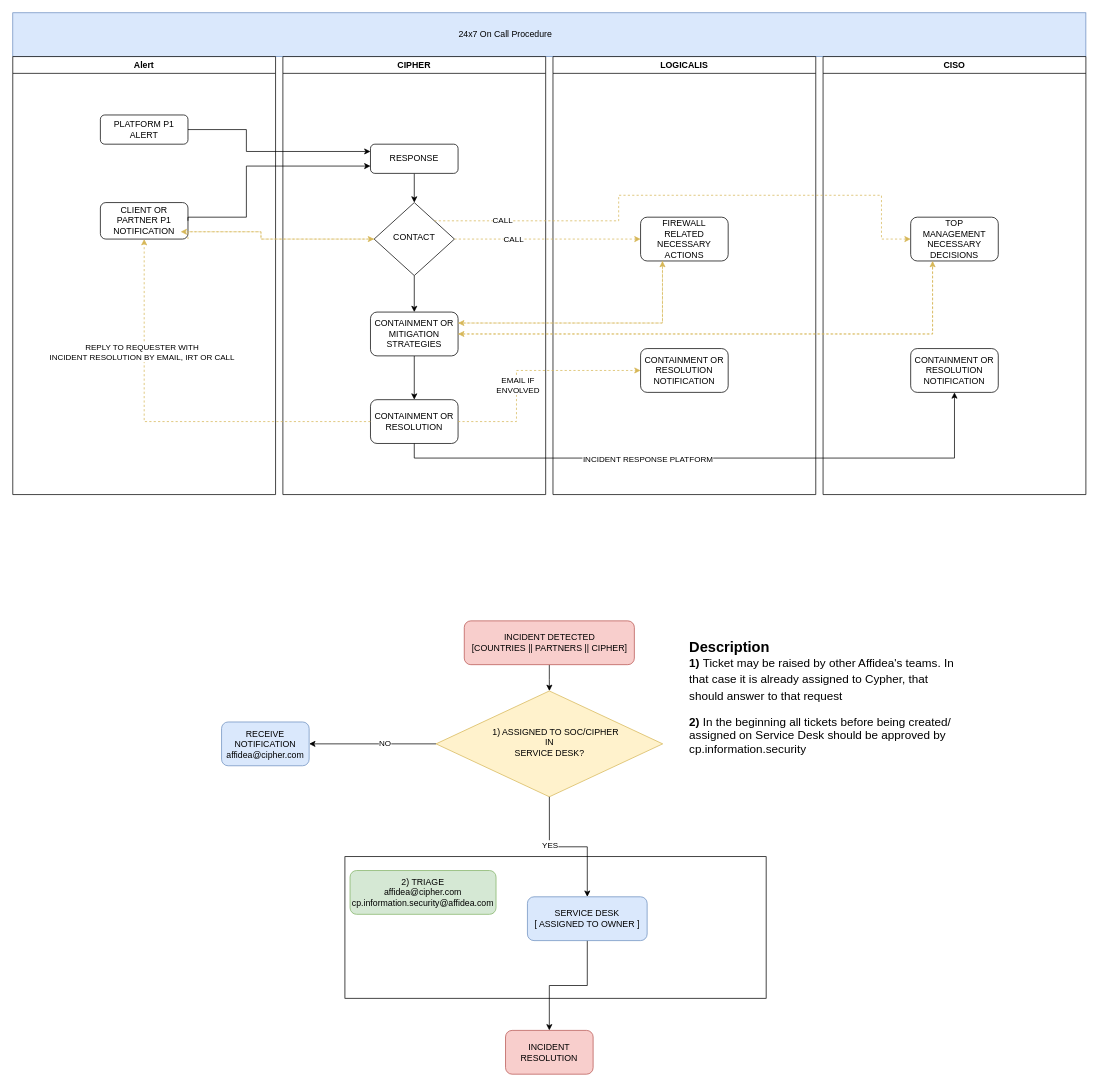
Before: Diagrama sem nome.drawio in SousinhaT/SousinhaT, a draw.io diagram. Source tidied: cells renumbered, new cells numbered last; positions are measured from the earlier drawing's top-left corner, leaving out a move shared by most shapes. Both pictures are drawn from the tidied source at 73%, with x=0, y=0 at pixel (12, 12).
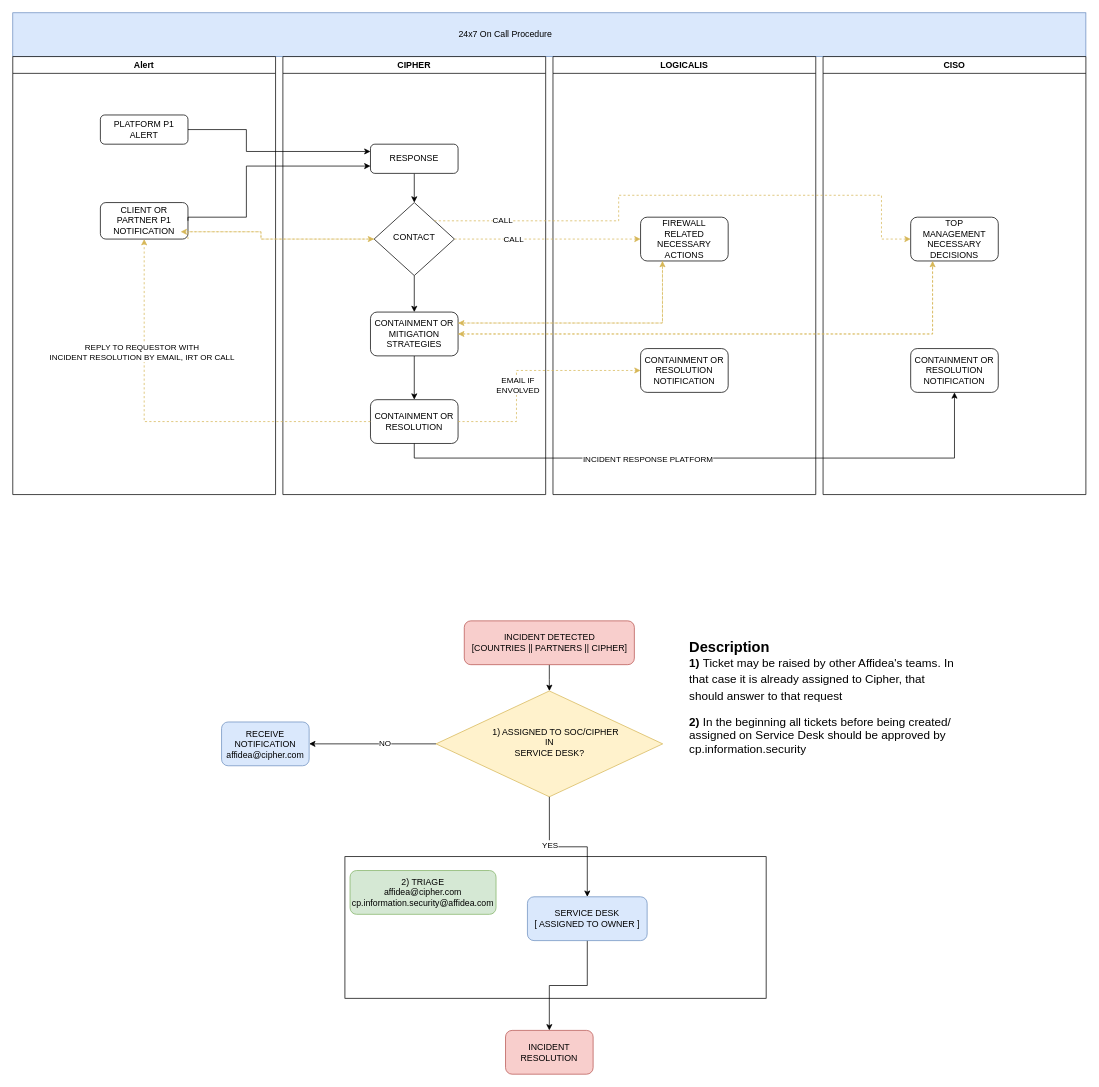
Above is the later version.

The change refers to these unchanged cells:
```xml
<mxCell id="41" style="edgeStyle=orthogonalEdgeStyle;rounded=0;jettySize=auto;html=1;exitX=0;exitY=0.5;exitDx=0;exitDy=0;entryX=0.5;entryY=1;entryDx=0;entryDy=0;dashed=1;fillColor=#fff2cc;strokeColor=#d6b656;" parent="1" edge="1" source="14" target="6">
  <mxGeometry relative="1" as="geometry" />
</mxCell>
```

Change to the diagram source:
```diff
@@
-    <mxCell id="42" value="REPLY TO REQUESTER WITH &lt;br&gt;INCIDENT RESOLUTION BY EMAIL, IRT OR CALL" style="edgeLabel;html=1;align=center;verticalAlign=middle;" parent="41" vertex="1">
+    <mxCell id="42" value="REPLY TO REQUESTOR WITH &lt;br&gt;INCIDENT RESOLUTION BY EMAIL, IRT OR CALL" style="edgeLabel;html=1;align=center;verticalAlign=middle;" parent="41" vertex="1">
       <mxGeometry x="0.45" y="4" relative="1" as="geometry" />
     </mxCell>
@@
-    <mxCell id="56" value="&lt;h1 style=&quot;line-height: 80%;&quot;&gt;&lt;font style=&quot;font-size: 20px;&quot;&gt;Description&lt;/font&gt;&lt;br&gt;&lt;span style=&quot;font-size: 16px;&quot;&gt;1) &lt;span style=&quot;font-weight: normal;&quot;&gt;Ticket may be raised by other Affidea's teams. In that case it is already assigned to Cypher, that should answer to that request&lt;/span&gt;&lt;/span&gt;&lt;/h1&gt;&lt;div&gt;&lt;span style=&quot;font-size: 16px;&quot;&gt;&lt;b&gt;2)&lt;/b&gt;&amp;nbsp;In the beginning all tickets before being created/ assigned on Service Desk should be approved by cp.information.security&lt;/span&gt;&lt;/div&gt;" style="text;html=1;strokeColor=none;fillColor=none;spacing=5;spacingTop=-20;whiteSpace=wrap;overflow=hidden;rounded=0;" parent="1" vertex="1">
+    <mxCell id="56" value="&lt;h1 style=&quot;line-height: 80%;&quot;&gt;&lt;font style=&quot;font-size: 20px;&quot;&gt;Description&lt;/font&gt;&lt;br&gt;&lt;span style=&quot;font-size: 16px;&quot;&gt;1) &lt;span style=&quot;font-weight: normal;&quot;&gt;Ticket may be raised by other Affidea's teams. In that case it is already assigned to Cipher, that should answer to that request&lt;/span&gt;&lt;/span&gt;&lt;/h1&gt;&lt;div&gt;&lt;span style=&quot;font-size: 16px;&quot;&gt;&lt;b&gt;2)&lt;/b&gt;&amp;nbsp;In the beginning all tickets before being created/ assigned on Service Desk should be approved by cp.information.security&lt;/span&gt;&lt;/div&gt;" style="text;html=1;strokeColor=none;fillColor=none;spacing=5;spacingTop=-20;whiteSpace=wrap;overflow=hidden;rounded=0;" parent="1" vertex="1">
       <mxGeometry x="922" y="851.5" width="375" height="283.5" as="geometry" />
     </mxCell>
```
